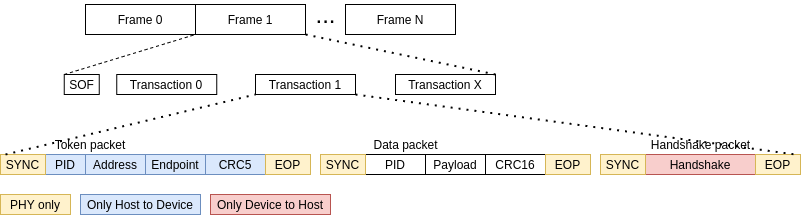
Above: doc/_static/usb_transaction_example.png in Nic30/hwtLib (draw.io), before the change. Source tidied: cells renumbered, new cells last; positions are measured from the earlier drawing's top-left corner, leaving out a move shared by most shapes.
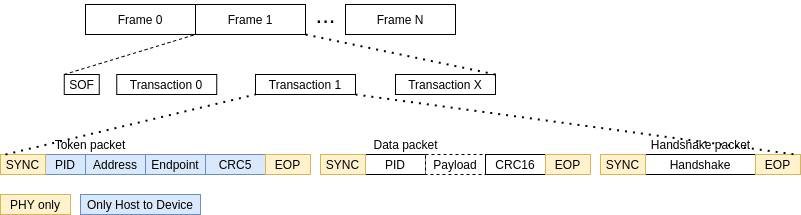
Above is the later version.

The edit, as a diff of the source:
```diff
@@ -17,13 +17,13 @@
     <mxCell id="6" value="PID" style="rounded=0;whiteSpace=wrap;html=1;" parent="1" vertex="1">
       <mxGeometry x="365" y="150" width="60" height="20" as="geometry" />
     </mxCell>
-    <mxCell id="7" value="Payload" style="rounded=0;whiteSpace=wrap;html=1;" parent="1" vertex="1">
+    <mxCell id="7" value="Payload" style="rounded=0;whiteSpace=wrap;html=1;dashed=1;" parent="1" vertex="1">
       <mxGeometry x="425" y="150" width="60" height="20" as="geometry" />
     </mxCell>
     <mxCell id="8" value="CRC16" style="rounded=0;whiteSpace=wrap;html=1;" parent="1" vertex="1">
       <mxGeometry x="485" y="150" width="60" height="20" as="geometry" />
     </mxCell>
-    <mxCell id="9" value="Handshake" style="rounded=0;whiteSpace=wrap;html=1;fillColor=#f8cecc;strokeColor=#b85450;" parent="1" vertex="1">
+    <mxCell id="9" value="Handshake" style="rounded=0;whiteSpace=wrap;html=1;" parent="1" vertex="1">
       <mxGeometry x="645" y="150" width="110" height="20" as="geometry" />
     </mxCell>
     <mxCell id="10" value="Token packet" style="text;html=1;strokeColor=none;fillColor=none;align=center;verticalAlign=middle;whiteSpace=wrap;rounded=0;" parent="1" vertex="1">
@@ -38,9 +38,6 @@
     <mxCell id="13" value="Only Host to Device" style="rounded=0;whiteSpace=wrap;html=1;fillColor=#dae8fc;strokeColor=#6c8ebf;" parent="1" vertex="1">
       <mxGeometry x="80" y="190" width="120" height="20" as="geometry" />
     </mxCell>
-    <mxCell id="14" value="Only Device to Host" style="rounded=0;whiteSpace=wrap;html=1;fillColor=#f8cecc;strokeColor=#b85450;" parent="1" vertex="1">
-      <mxGeometry x="210" y="190" width="120" height="20" as="geometry" />
-    </mxCell>
     <mxCell id="15" value="Frame 0" style="rounded=0;whiteSpace=wrap;html=1;" parent="1" vertex="1">
       <mxGeometry x="85" width="110" height="30" as="geometry" />
     </mxCell>
```
